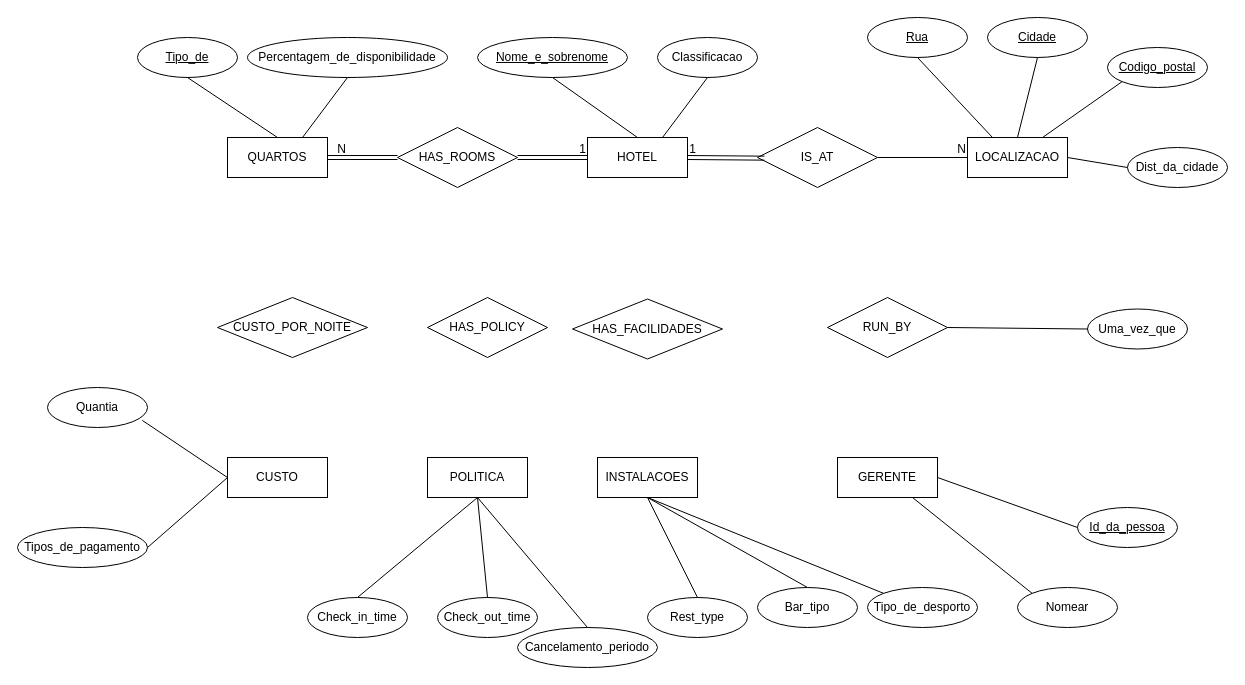
Above: DiagramaHotel.drawio in VascoMatos/diagramas (draw.io), before the change. Source tidied: cells renumbered, new cells numbered last; positions are measured from the earlier drawing's top-left corner, leaving out a move shared by most shapes. Both pictures are drawn from the tidied source at 100%, with x=0, y=0 at pixel (17, 17).
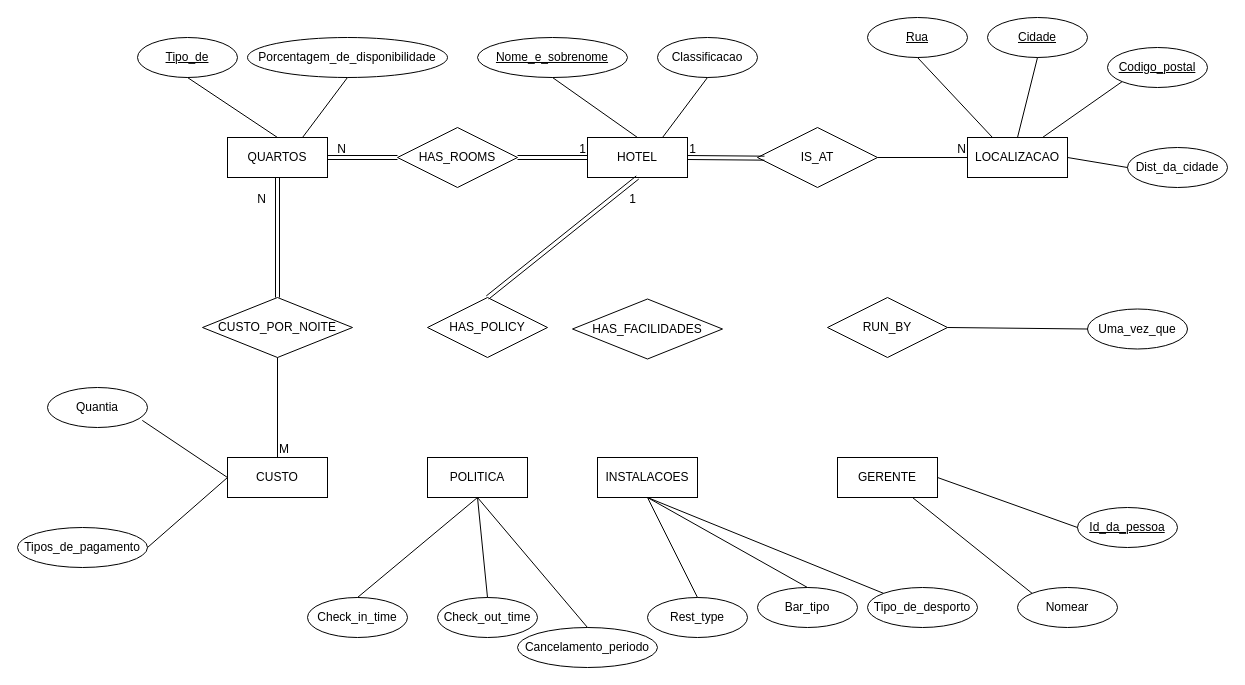
The same page after the edit.

Unchanged cells that the change refers to:
```xml
<mxCell id="2" value="HOTEL" style="whiteSpace=wrap;html=1;align=center;" parent="1" vertex="1">
  <mxGeometry x="570" y="120" width="100" height="40" as="geometry" />
</mxCell>
<mxCell id="4" value="QUARTOS" style="whiteSpace=wrap;html=1;align=center;" parent="1" vertex="1">
  <mxGeometry x="210" y="120" width="100" height="40" as="geometry" />
</mxCell>
<mxCell id="5" value="CUSTO" style="whiteSpace=wrap;html=1;align=center;" parent="1" vertex="1">
  <mxGeometry x="210" y="440" width="100" height="40" as="geometry" />
</mxCell>
<mxCell id="12" value="HAS_POLICY" style="shape=rhombus;perimeter=rhombusPerimeter;whiteSpace=wrap;html=1;align=center;" parent="1" vertex="1">
  <mxGeometry x="410" y="280" width="120" height="60" as="geometry" />
</mxCell>
```

What changed in the source:
```diff
@@
     <mxCell id="11" value="CUSTO_POR_NOITE" style="shape=rhombus;perimeter=rhombusPerimeter;whiteSpace=wrap;html=1;align=center;" parent="1" vertex="1">
-      <mxGeometry x="200" y="280" width="150" height="60" as="geometry" />
+      <mxGeometry x="185" y="280" width="150" height="60" as="geometry" />
     </mxCell>
@@
-    <mxCell id="16" value="Percentagem_de_disponibilidade" style="ellipse;whiteSpace=wrap;html=1;align=center;" parent="1" vertex="1">
+    <mxCell id="16" value="Porcentagem_de_disponibilidade" style="ellipse;whiteSpace=wrap;html=1;align=center;" parent="1" vertex="1">
       <mxGeometry x="230" y="20" width="200" height="40" as="geometry" />
     </mxCell>
@@
+    <mxCell id="61" style="shape=link;html=1;rounded=0;entryX=0.5;entryY=1;entryDx=0;entryDy=0;exitX=0.5;exitY=0;exitDx=0;exitDy=0;" parent="1" edge="1" source="11" target="4">
+      <mxGeometry relative="1" as="geometry" />
+    </mxCell>
+    <mxCell id="62" value="N" style="html=1;whiteSpace=wrap;align=right;verticalAlign=bottom;" parent="61" vertex="1">
+      <mxGeometry x="1" relative="1" as="geometry">
+        <mxPoint x="-10" y="30" as="offset" />
+      </mxGeometry>
+    </mxCell>
+    <mxCell id="63" style="endArrow=none;html=1;rounded=0;entryX=0.5;entryY=1;entryDx=0;entryDy=0;exitX=0.5;exitY=0;exitDx=0;exitDy=0;" parent="1" edge="1" source="5" target="11">
+      <mxGeometry relative="1" as="geometry" />
+    </mxCell>
+    <mxCell id="64" value="M" style="html=1;whiteSpace=wrap;align=left;verticalAlign=bottom;" parent="63" vertex="1">
+      <mxGeometry x="-1" relative="1" as="geometry" />
+    </mxCell>
+    <mxCell id="65" style="shape=link;html=1;rounded=0;entryX=0.5;entryY=1;entryDx=0;entryDy=0;exitX=0.5;exitY=0;exitDx=0;exitDy=0;" parent="1" edge="1" source="12" target="2">
+      <mxGeometry relative="1" as="geometry" />
+    </mxCell>
+    <mxCell id="66" value="1" style="html=1;whiteSpace=wrap;align=right;verticalAlign=bottom;" parent="65" vertex="1">
+      <mxGeometry x="1" relative="1" as="geometry">
+        <mxPoint y="30" as="offset" />
+      </mxGeometry>
+    </mxCell>
```
